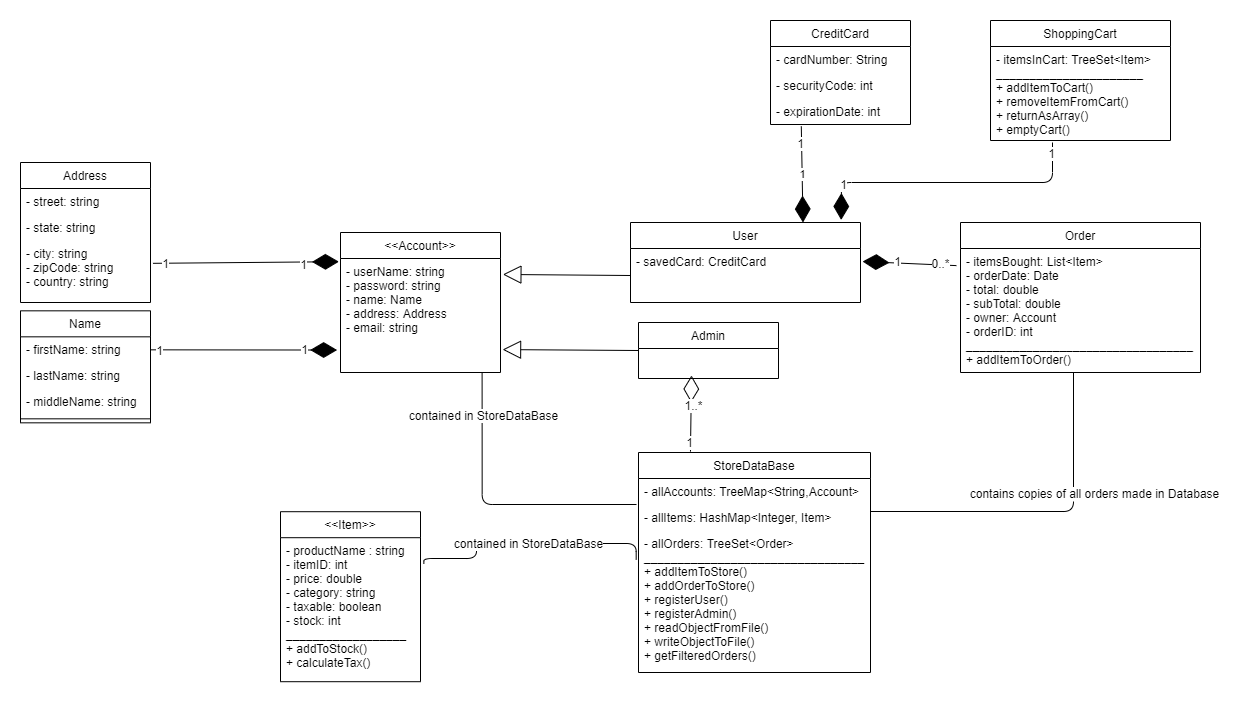
The draw.io diagram ProjectUMLClassDiagram.png in BahadirKiziltepe/cse248-shopping-cart, before a commit. Source tidied: cells renumbered, new cells last; positions are measured from the earlier drawing's top-left corner, leaving out a move shared by most shapes.
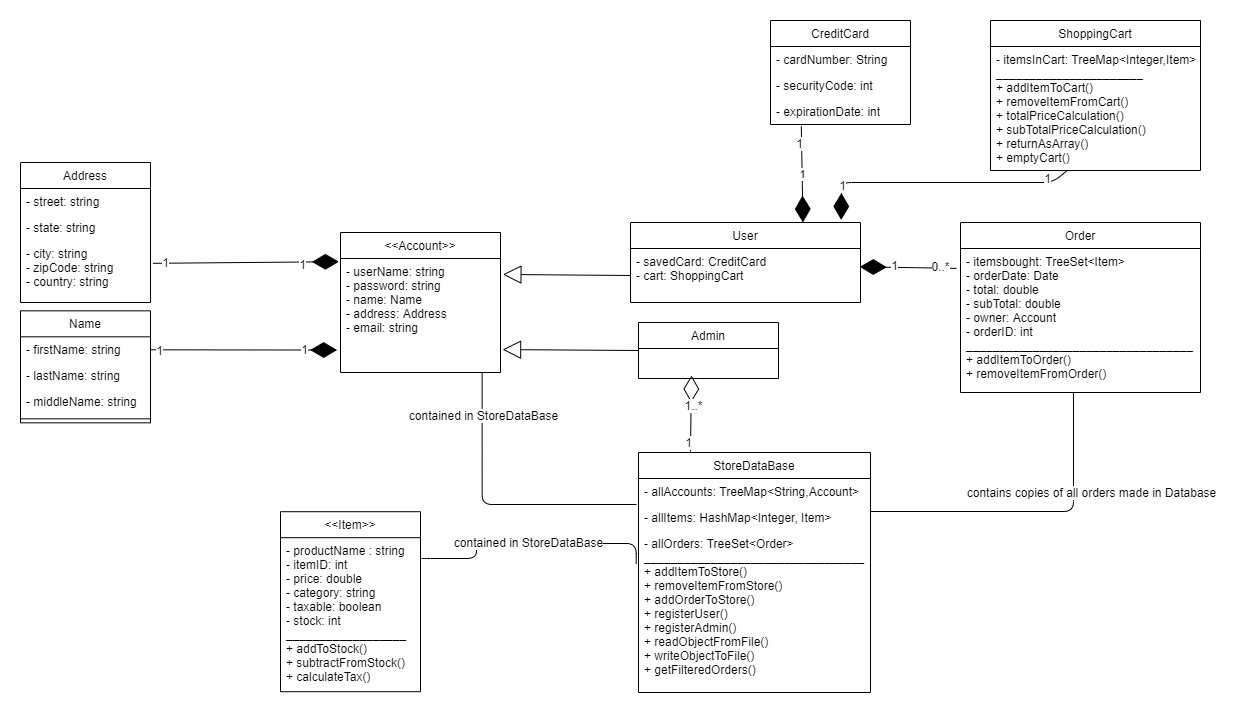
The same diagram one commit later.

Commit message:
updated some javadoc, added minor methods for convience, and updated Class Diagram

Change to the diagram source:
```diff
@@ -42,10 +42,10 @@
       <mxGeometry y="78" width="140" height="26" as="geometry" />
     </mxCell>
     <mxCell id="15" value="Order" style="swimlane;fontStyle=0;horizontal=1;startSize=26;fillColor=none;" parent="1" vertex="1">
-      <mxGeometry x="940" y="202" width="240" height="150" as="geometry" />
+      <mxGeometry x="940" y="202" width="240" height="170" as="geometry" />
     </mxCell>
-    <mxCell id="16" value="- itemsBought: List&lt;Item&gt;&#10;- orderDate: Date&#10;- total: double&#10;- subTotal: double&#10;- owner: Account&#10;- orderID: int&#10;__________________________________&#10;+ addItemToOrder()&#10;" style="text;strokeColor=none;fillColor=none;align=left;verticalAlign=top;spacingLeft=4;spacingRight=4;overflow=hidden;points=[[0,0.5],[1,0.5]];portConstraint=eastwest;" parent="15" vertex="1">
-      <mxGeometry y="26" width="240" height="124" as="geometry" />
+    <mxCell id="16" value="- itemsbought: TreeSet&lt;Item&gt;&#10;- orderDate: Date&#10;- total: double&#10;- subTotal: double&#10;- owner: Account&#10;- orderID: int&#10;__________________________________&#10;+ addItemToOrder()&#10;+ removeItemFromOrder()&#10;" style="text;strokeColor=none;fillColor=none;align=left;verticalAlign=top;spacingLeft=4;spacingRight=4;overflow=hidden;points=[[0,0.5],[1,0.5]];portConstraint=eastwest;" parent="15" vertex="1">
+      <mxGeometry y="26" width="240" height="144" as="geometry" />
     </mxCell>
     <mxCell id="17" value="&lt;&lt;Account&gt;&gt;" style="swimlane;fontStyle=0;horizontal=1;startSize=26;fillColor=none;" parent="1" vertex="1">
       <mxGeometry x="320" y="212" width="160" height="140" as="geometry" />
@@ -56,20 +56,20 @@
     <mxCell id="19" value="User" style="swimlane;fontStyle=0;horizontal=1;startSize=26;fillColor=none;" parent="1" vertex="1">
       <mxGeometry x="610" y="202" width="230" height="80" as="geometry" />
     </mxCell>
-    <mxCell id="20" value="- savedCard: CreditCard&#10;" style="text;strokeColor=none;fillColor=none;align=left;verticalAlign=top;spacingLeft=4;spacingRight=4;overflow=hidden;points=[[0,0.5],[1,0.5]];portConstraint=eastwest;" parent="19" vertex="1">
+    <mxCell id="20" value="- savedCard: CreditCard&#10;- cart: ShoppingCart" style="text;strokeColor=none;fillColor=none;align=left;verticalAlign=top;spacingLeft=4;spacingRight=4;overflow=hidden;points=[[0,0.5],[1,0.5]];portConstraint=eastwest;" parent="19" vertex="1">
       <mxGeometry y="26" width="230" height="54" as="geometry" />
     </mxCell>
     <mxCell id="21" value="Admin" style="swimlane;fontStyle=0;horizontal=1;startSize=26;fillColor=none;" parent="1" vertex="1">
       <mxGeometry x="618" y="302" width="140" height="56" as="geometry" />
     </mxCell>
     <mxCell id="22" value="&lt;&lt;Item&gt;&gt;" style="swimlane;fontStyle=0;horizontal=1;startSize=26;fillColor=none;" parent="1" vertex="1">
-      <mxGeometry x="260" y="491.2" width="140" height="170" as="geometry" />
+      <mxGeometry x="260" y="491.2" width="140" height="180" as="geometry" />
     </mxCell>
-    <mxCell id="23" value="- productName : string&#10;- itemID: int&#10;- price: double&#10;- category: string&#10;- taxable: boolean&#10;- stock: int&#10;__________________&#10;+ addToStock() &#10;+ calculateTax()" style="text;strokeColor=none;fillColor=none;align=left;verticalAlign=top;spacingLeft=4;spacingRight=4;overflow=hidden;points=[[0,0.5],[1,0.5]];portConstraint=eastwest;" parent="22" vertex="1">
-      <mxGeometry y="26" width="140" height="144" as="geometry" />
+    <mxCell id="23" value="- productName : string&#10;- itemID: int&#10;- price: double&#10;- category: string&#10;- taxable: boolean&#10;- stock: int&#10;__________________&#10;+ addToStock() &#10;+ subtractFromStock()&#10;+ calculateTax()" style="text;strokeColor=none;fillColor=none;align=left;verticalAlign=top;spacingLeft=4;spacingRight=4;overflow=hidden;points=[[0,0.5],[1,0.5]];portConstraint=eastwest;" parent="22" vertex="1">
+      <mxGeometry y="26" width="140" height="154" as="geometry" />
     </mxCell>
     <mxCell id="24" value="StoreDataBase" style="swimlane;fontStyle=0;horizontal=1;startSize=26;fillColor=none;" parent="1" vertex="1">
-      <mxGeometry x="618" y="432" width="232" height="220" as="geometry" />
+      <mxGeometry x="618" y="432" width="232" height="240" as="geometry" />
     </mxCell>
     <mxCell id="25" value="- allAccounts: TreeMap&lt;String,Account&gt;" style="text;strokeColor=none;fillColor=none;align=left;verticalAlign=top;spacingLeft=4;spacingRight=4;overflow=hidden;" parent="24" vertex="1">
       <mxGeometry y="26" width="232" height="26" as="geometry" />
@@ -77,8 +77,8 @@
     <mxCell id="26" value="- allItems: HashMap&lt;Integer, Item&gt;" style="text;strokeColor=none;fillColor=none;align=left;verticalAlign=top;spacingLeft=4;spacingRight=4;overflow=hidden;" parent="24" vertex="1">
       <mxGeometry y="52" width="232" height="26" as="geometry" />
     </mxCell>
-    <mxCell id="27" value="- allOrders: TreeSet&lt;Order&gt;&#10;_________________________________&#10;+ addItemToStore()&#10;+ addOrderToStore()&#10;+ registerUser()&#10;+ registerAdmin()&#10;+ readObjectFromFile()&#10;+ writeObjectToFile()&#10;+ getFilteredOrders()" style="text;strokeColor=none;fillColor=none;align=left;verticalAlign=top;spacingLeft=4;spacingRight=4;overflow=hidden;points=[[0,0.5],[1,0.5]];portConstraint=eastwest;" parent="24" vertex="1">
-      <mxGeometry y="78" width="232" height="142" as="geometry" />
+    <mxCell id="27" value="- allOrders: TreeSet&lt;Order&gt;&#10;_________________________________&#10;+ addItemToStore()&#10;+ removeItemFromStore()&#10;+ addOrderToStore()&#10;+ registerUser()&#10;+ registerAdmin()&#10;+ readObjectFromFile()&#10;+ writeObjectToFile()&#10;+ getFilteredOrders()" style="text;strokeColor=none;fillColor=none;align=left;verticalAlign=top;spacingLeft=4;spacingRight=4;overflow=hidden;points=[[0,0.5],[1,0.5]];portConstraint=eastwest;" parent="24" vertex="1">
+      <mxGeometry y="78" width="232" height="162" as="geometry" />
     </mxCell>
     <mxCell id="28" style="endArrow=block;endSize=16;endFill=0;html=1;exitX=0;exitY=0.5;exitDx=0;exitDy=0;entryX=1.015;entryY=0.14;entryDx=0;entryDy=0;entryPerimeter=0;" parent="1" edge="1" source="20" target="18">
       <mxGeometry relative="1" as="geometry" />
@@ -86,7 +86,7 @@
     <mxCell id="29" style="endArrow=block;endSize=16;endFill=0;html=1;exitX=0;exitY=0.5;exitDx=0;exitDy=0;entryX=1.013;entryY=0.799;entryDx=0;entryDy=0;entryPerimeter=0;" parent="1" edge="1" source="21" target="18">
       <mxGeometry relative="1" as="geometry" />
     </mxCell>
-    <mxCell id="30" style="endArrow=diamondThin;endFill=1;endSize=24;html=1;entryX=1.009;entryY=0.241;entryDx=0;entryDy=0;entryPerimeter=0;exitX=-0.017;exitY=0.138;exitDx=0;exitDy=0;exitPerimeter=0;" parent="1" edge="1" source="16" target="20">
+    <mxCell id="30" style="endArrow=diamondThin;endFill=1;endSize=24;html=1;entryX=0.997;entryY=0.339;entryDx=0;entryDy=0;entryPerimeter=0;exitX=-0.017;exitY=0.138;exitDx=0;exitDy=0;exitPerimeter=0;" parent="1" edge="1" source="16" target="20">
       <mxGeometry relative="1" as="geometry" />
     </mxCell>
     <mxCell id="31" value="1" style="text;html=1;align=center;verticalAlign=middle;labelBackgroundColor=#ffffff;" parent="30" vertex="1">
@@ -149,9 +149,10 @@
     <mxCell id="47" value="contained in StoreDataBase" style="text;html=1;align=center;verticalAlign=middle;labelBackgroundColor=#ffffff;" parent="44" vertex="1">
       <mxGeometry x="-0.71" y="1" relative="1" as="geometry" />
     </mxCell>
-    <mxCell id="48" style="endArrow=none;html=1;edgeStyle=orthogonalEdgeStyle;exitX=1.024;exitY=0.181;exitDx=0;exitDy=0;exitPerimeter=0;entryX=-0.01;entryY=0.205;entryDx=0;entryDy=0;entryPerimeter=0;" parent="1" edge="1" source="23" target="27">
+    <mxCell id="48" style="endArrow=none;html=1;edgeStyle=orthogonalEdgeStyle;exitX=1;exitY=0.146;exitDx=0;exitDy=0;exitPerimeter=0;entryX=-0.01;entryY=0.205;entryDx=0;entryDy=0;entryPerimeter=0;" parent="1" edge="1" source="23" target="27">
       <mxGeometry relative="1" as="geometry">
         <Array as="points">
+          <mxPoint x="400" y="538" />
           <mxPoint x="456" y="538" />
           <mxPoint x="456" y="523" />
           <mxPoint x="616" y="523" />
@@ -193,14 +194,13 @@
       </mxGeometry>
     </mxCell>
     <mxCell id="56" value="ShoppingCart" style="swimlane;fontStyle=0;horizontal=1;startSize=26;fillColor=none;" parent="1" vertex="1">
-      <mxGeometry x="970" width="180" height="120" as="geometry" />
+      <mxGeometry x="970" width="210" height="150" as="geometry" />
     </mxCell>
-    <mxCell id="57" value="- itemsInCart: TreeSet&lt;Item&gt;&#10;______________________&#10;+ addItemToCart()&#10;+ removeItemFromCart()&#10;+ returnAsArray()&#10;+ emptyCart()" style="text;strokeColor=none;fillColor=none;align=left;verticalAlign=top;spacingLeft=4;spacingRight=4;overflow=hidden;points=[[0,0.5],[1,0.5]];portConstraint=eastwest;" parent="56" vertex="1">
-      <mxGeometry y="26" width="180" height="94" as="geometry" />
+    <mxCell id="57" value="- itemsInCart: TreeMap&lt;Integer,Item&gt;&#10;______________________&#10;+ addItemToCart()&#10;+ removeItemFromCart()&#10;+ totalPriceCalculation()&#10;+ subTotalPriceCalculation()&#10;+ returnAsArray()&#10;+ emptyCart()" style="text;strokeColor=none;fillColor=none;align=left;verticalAlign=top;spacingLeft=4;spacingRight=4;overflow=hidden;points=[[0,0.5],[1,0.5]];portConstraint=eastwest;" parent="56" vertex="1">
+      <mxGeometry y="26" width="210" height="124" as="geometry" />
     </mxCell>
-    <mxCell id="58" style="endArrow=diamondThin;endFill=1;endSize=24;html=1;entryX=0.916;entryY=-0.032;entryDx=0;entryDy=0;entryPerimeter=0;" parent="1" edge="1" target="19">
+    <mxCell id="58" style="endArrow=diamondThin;endFill=1;endSize=24;html=1;entryX=0.916;entryY=-0.032;entryDx=0;entryDy=0;entryPerimeter=0;exitX=0.364;exitY=1.002;exitDx=0;exitDy=0;exitPerimeter=0;" parent="1" edge="1" source="57" target="19">
       <mxGeometry relative="1" as="geometry">
-        <mxPoint x="1032" y="122" as="sourcePoint" />
         <Array as="points">
           <mxPoint x="1032" y="162" />
           <mxPoint x="821" y="162" />
@@ -211,7 +211,9 @@
       <mxGeometry x="0.74" y="1" relative="1" as="geometry" />
     </mxCell>
     <mxCell id="60" value="1" style="text;html=1;align=center;verticalAlign=middle;labelBackgroundColor=#ffffff;" parent="58" vertex="1">
-      <mxGeometry x="-0.93" y="-2" relative="1" as="geometry" />
+      <mxGeometry x="-0.93" y="-2" relative="1" as="geometry">
+        <mxPoint x="-11" y="3.7" as="offset" />
+      </mxGeometry>
     </mxCell>
   </root>
 </mxGraphModel>
```
